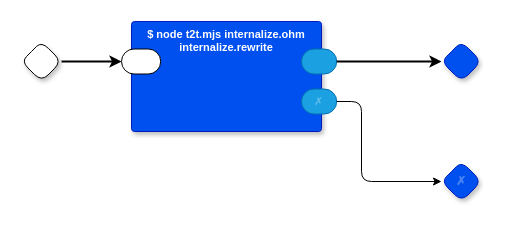
This is page "Internalize" (2 of 3) of space-skipping.drawio from guitarvydas/space-skipping, a draw.io file, before an edit. Source tidied: cells renumbered, new cells numbered last; positions are measured from the earlier drawing's top-left corner, leaving out a move shared by most shapes. Both pictures are drawn from the tidied source at 100%, with x=0, y=0 at pixel (21, 21).
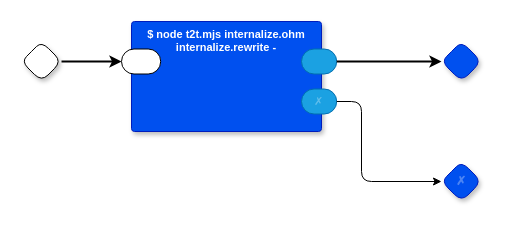
The same diagram, later.

The edit, as a diff of the source:
```diff
@@
 <mxGraphModel>
   <root>
     <mxCell id="0" />
     <mxCell id="1" parent="0" />
     <mxCell id="2" style="rhombus;whiteSpace=wrap;html=1;rounded=1;fontStyle=1;glass=0;sketch=0;fontSize=12;points=[[0,0.5,0,0,0],[0.5,0,0,0,0],[0.5,1,0,0,0],[1,0.5,0,0,0]];shadow=1;fontFamily=Helvetica;fontColor=default;" parent="1" vertex="1">
       <mxGeometry y="20" width="40" height="40" as="geometry" />
     </mxCell>
     <mxCell id="3" style="rhombus;whiteSpace=wrap;html=1;rounded=1;fontStyle=1;glass=0;sketch=0;fontSize=12;points=[[0,0.5,0,0,0],[0.5,0,0,0,0],[0.5,1,0,0,0],[1,0.5,0,0,0]];shadow=1;fillColor=#0050ef;fontColor=#ffffff;strokeColor=#001DBC;fontFamily=Helvetica;" parent="1" vertex="1">
       <mxGeometry x="420" y="20" width="40" height="40" as="geometry" />
     </mxCell>
     <mxCell id="4" value="✗" style="rhombus;whiteSpace=wrap;html=1;rounded=1;fillColor=#0050ef;fontColor=#ffffff;strokeColor=#001DBC;fontStyle=1;glass=0;sketch=0;fontSize=12;points=[[0,0.5,0,0,0],[0.5,0,0,0,0],[0.5,1,0,0,0],[1,0.5,0,0,0]];shadow=1;textOpacity=30;" parent="1" vertex="1">
       <mxGeometry x="420" y="140" width="40" height="40" as="geometry" />
     </mxCell>
-    <mxCell id="5" value="$ node t2t.mjs internalize.ohm internalize.rewrite" style="rounded=1;whiteSpace=wrap;html=1;sketch=0;verticalAlign=top;arcSize=6;fontStyle=1;absoluteArcSize=1;shadow=1;strokeColor=#001DBC;fillColor=#0050ef;fontColor=#ffffff;fontFamily=Helvetica;fontSize=11;" parent="1" vertex="1">
+    <mxCell id="5" value="$ node t2t.mjs internalize.ohm internalize.rewrite -" style="rounded=1;whiteSpace=wrap;html=1;sketch=0;verticalAlign=top;arcSize=6;fontStyle=1;absoluteArcSize=1;shadow=1;strokeColor=#001DBC;fillColor=#0050ef;fontColor=#ffffff;fontFamily=Helvetica;fontSize=11;" parent="1" vertex="1">
       <mxGeometry x="110" width="190" height="110" as="geometry" />
     </mxCell>
     <mxCell id="6" style="rounded=1;whiteSpace=wrap;html=1;sketch=0;points=[[0,0.5,0,0,0],[1,0.5,0,0,0]];arcSize=50;fontFamily=Helvetica;fontSize=11;fontColor=default;" parent="5" vertex="1">
       <mxGeometry x="-10" y="27.5" width="39.2" height="25" as="geometry" />
     </mxCell>
     <mxCell id="7" style="rounded=1;whiteSpace=wrap;html=1;sketch=0;points=[[0,0.5,0,0,0],[1,0.5,0,0,0]];fillColor=#1ba1e2;fontColor=#ffffff;strokeColor=#006EAF;arcSize=50;fontFamily=Helvetica;fontSize=11;" parent="5" vertex="1">
       <mxGeometry x="170" y="27.5" width="35.2" height="25" as="geometry" />
     </mxCell>
     <mxCell id="8" value="✗" style="rounded=1;whiteSpace=wrap;html=1;sketch=0;points=[[0,0.5,0,0,0],[1,0.5,0,0,0]];fillColor=#1ba1e2;fontColor=#ffffff;strokeColor=#006EAF;arcSize=50;fontFamily=Helvetica;fontSize=11;textOpacity=30;" parent="5" vertex="1">
       <mxGeometry x="170" y="67.5" width="35.2" height="25" as="geometry" />
     </mxCell>
     <mxCell id="9" style="edgeStyle=orthogonalEdgeStyle;rounded=0;jettySize=auto;html=1;exitX=1;exitY=0.5;exitDx=0;exitDy=0;exitPerimeter=0;entryX=0;entryY=0.5;entryDx=0;entryDy=0;entryPerimeter=0;strokeWidth=2;" parent="1" edge="1" source="2" target="6">
       <mxGeometry relative="1" as="geometry" />
     </mxCell>
     <mxCell id="10" style="edgeStyle=orthogonalEdgeStyle;rounded=0;jettySize=auto;html=1;exitX=1;exitY=0.5;exitDx=0;exitDy=0;exitPerimeter=0;strokeWidth=2;entryX=0;entryY=0.5;entryDx=0;entryDy=0;entryPerimeter=0;" parent="1" edge="1" source="7" target="3">
       <mxGeometry relative="1" as="geometry" />
     </mxCell>
     <mxCell id="11" style="edgeStyle=orthogonalEdgeStyle;rounded=1;jettySize=auto;html=1;exitX=1;exitY=0.5;exitDx=0;exitDy=0;exitPerimeter=0;entryX=0;entryY=0.5;entryDx=0;entryDy=0;entryPerimeter=0;curved=0;" parent="1" edge="1" source="8" target="4">
       <mxGeometry relative="1" as="geometry">
         <Array as="points">
           <mxPoint x="340" y="80" />
           <mxPoint x="340" y="160" />
         </Array>
       </mxGeometry>
     </mxCell>
   </root>
 </mxGraphModel>
```
